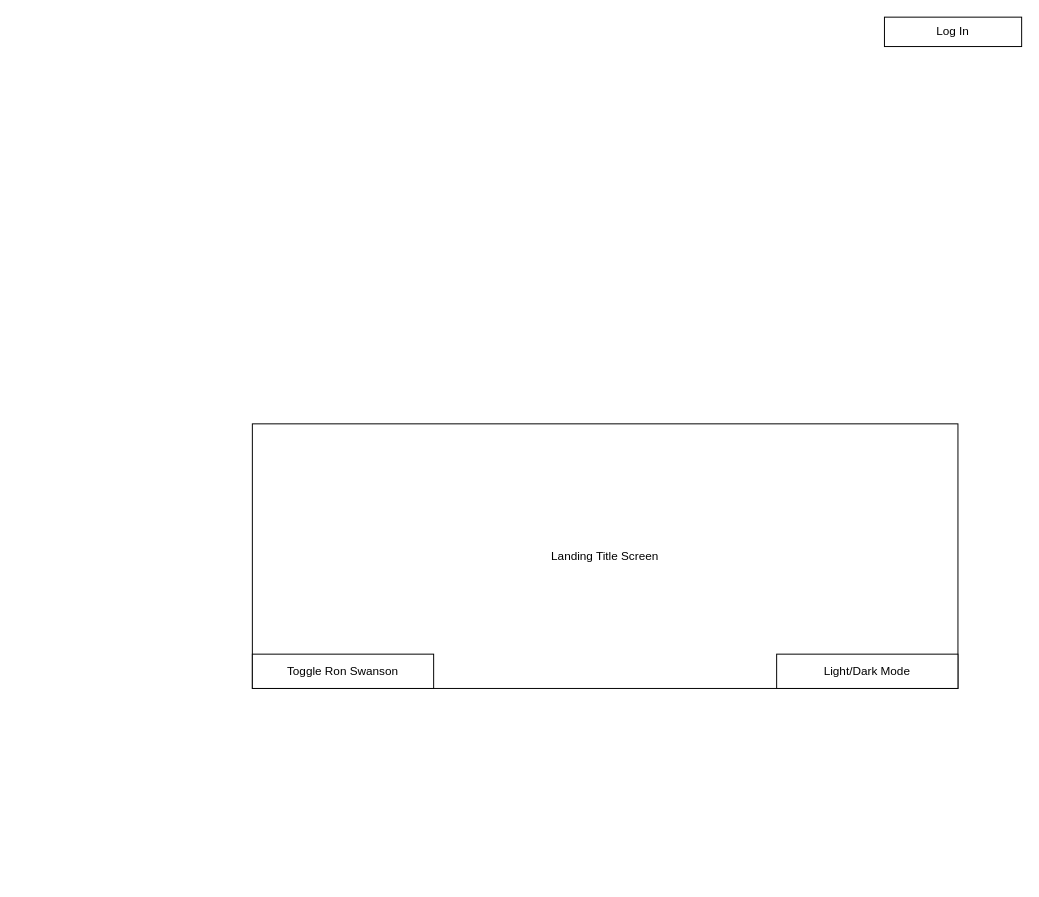
aangus98/Stu_Mini_Project keeps this draw.io diagram as Tarot.drawio. Above is the earlier version. Source tidied: cells renumbered, new cells numbered last; positions are measured from the earlier drawing's top-left corner, leaving out a move shared by most shapes. Both pictures are drawn from the tidied source at 98%, with x=0, y=0 at pixel (252, 17).
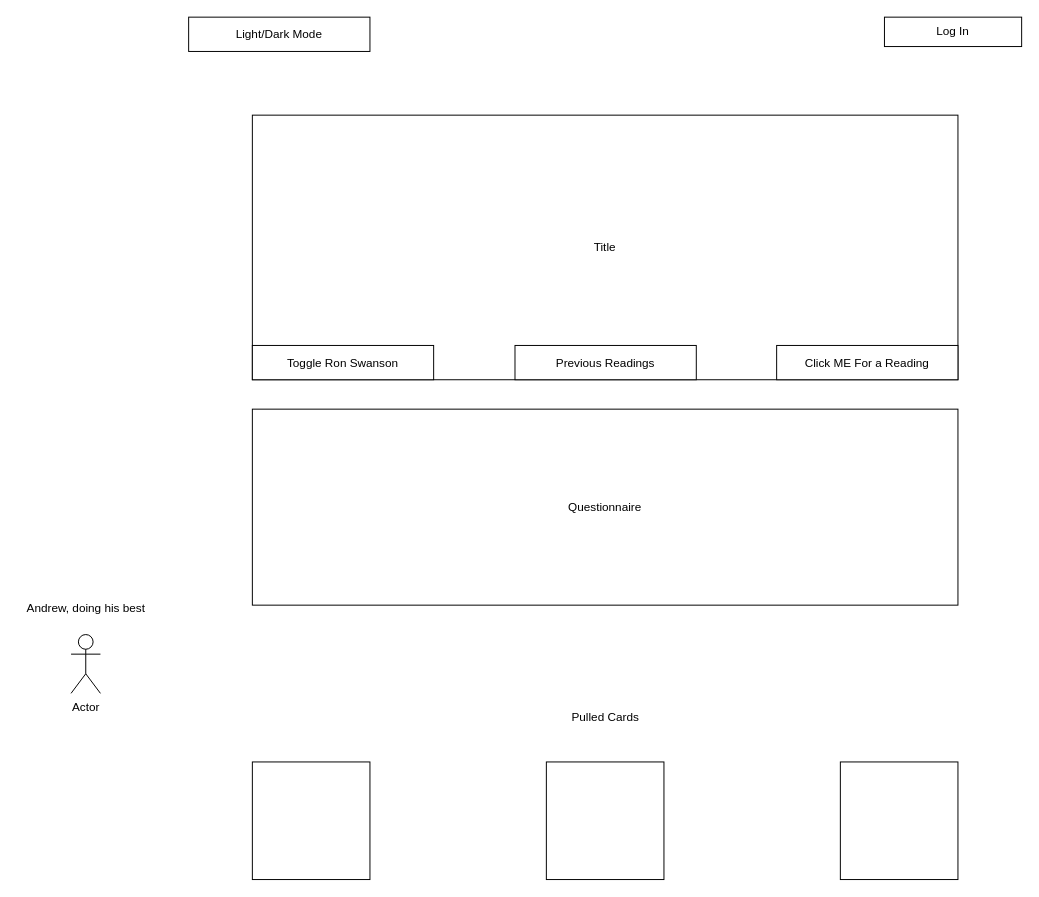
After the change.

Change to the diagram source:
```diff
@@
 <mxGraphModel>
   <root>
     <mxCell id="0" />
     <mxCell id="1" parent="0" />
-    <mxCell id="2" value="Landing Title Screen" style="rounded=0;whiteSpace=wrap;html=1;" parent="1" vertex="1">
-      <mxGeometry y="415" width="720" height="270" as="geometry" />
+    <mxCell id="2" value="Title" style="rounded=0;whiteSpace=wrap;html=1;" parent="1" vertex="1">
+      <mxGeometry y="100" width="720" height="270" as="geometry" />
     </mxCell>
     <mxCell id="3" value="Toggle Ron Swanson" style="rounded=0;whiteSpace=wrap;html=1;" parent="1" vertex="1">
-      <mxGeometry y="650" width="185" height="35" as="geometry" />
+      <mxGeometry y="335" width="185" height="35" as="geometry" />
     </mxCell>
     <mxCell id="4" value="Light/Dark Mode" style="rounded=0;whiteSpace=wrap;html=1;" parent="1" vertex="1">
-      <mxGeometry x="535" y="650" width="185" height="35" as="geometry" />
+      <mxGeometry x="-65" width="185" height="35" as="geometry" />
     </mxCell>
     <mxCell id="5" value="Log In" style="rounded=0;whiteSpace=wrap;html=1;" parent="1" vertex="1">
       <mxGeometry x="645" width="140" height="30" as="geometry" />
     </mxCell>
+    <mxCell id="6" value="Previous Readings" style="rounded=0;whiteSpace=wrap;html=1;" parent="1" vertex="1">
+      <mxGeometry x="268" y="335" width="185" height="35" as="geometry" />
+    </mxCell>
+    <mxCell id="7" value="Click ME For a Reading" style="rounded=0;whiteSpace=wrap;html=1;" parent="1" vertex="1">
+      <mxGeometry x="535" y="335" width="185" height="35" as="geometry" />
+    </mxCell>
+    <mxCell id="8" value="Questionnaire" style="rounded=0;whiteSpace=wrap;html=1;" parent="1" vertex="1">
+      <mxGeometry y="400" width="720" height="200" as="geometry" />
+    </mxCell>
+    <mxCell id="9" style="whiteSpace=wrap;html=1;" parent="1" vertex="1">
+      <mxGeometry y="760" width="120" height="120" as="geometry" />
+    </mxCell>
+    <mxCell id="10" style="whiteSpace=wrap;html=1;" parent="1" vertex="1">
+      <mxGeometry x="300" y="760" width="120" height="120" as="geometry" />
+    </mxCell>
+    <mxCell id="11" style="whiteSpace=wrap;html=1;" parent="1" vertex="1">
+      <mxGeometry x="600" y="760" width="120" height="120" as="geometry" />
+    </mxCell>
+    <mxCell id="12" value="Pulled Cards" style="text;html=1;align=center;verticalAlign=middle;whiteSpace=wrap;rounded=0;" parent="1" vertex="1">
+      <mxGeometry x="303" y="700" width="115" height="30" as="geometry" />
+    </mxCell>
+    <mxCell id="13" value="Actor" style="shape=umlActor;verticalLabelPosition=bottom;verticalAlign=top;html=1;" parent="1" vertex="1">
+      <mxGeometry x="-185" y="630" width="30" height="60" as="geometry" />
+    </mxCell>
+    <mxCell id="14" value="Andrew, doing his best&lt;div&gt;&lt;br&gt;&lt;/div&gt;" style="text;html=1;align=center;verticalAlign=middle;strokeColor=none;fillColor=none;" parent="1" vertex="1">
+      <mxGeometry x="-240" y="590" width="140" height="40" as="geometry" />
+    </mxCell>
   </root>
 </mxGraphModel>
```
